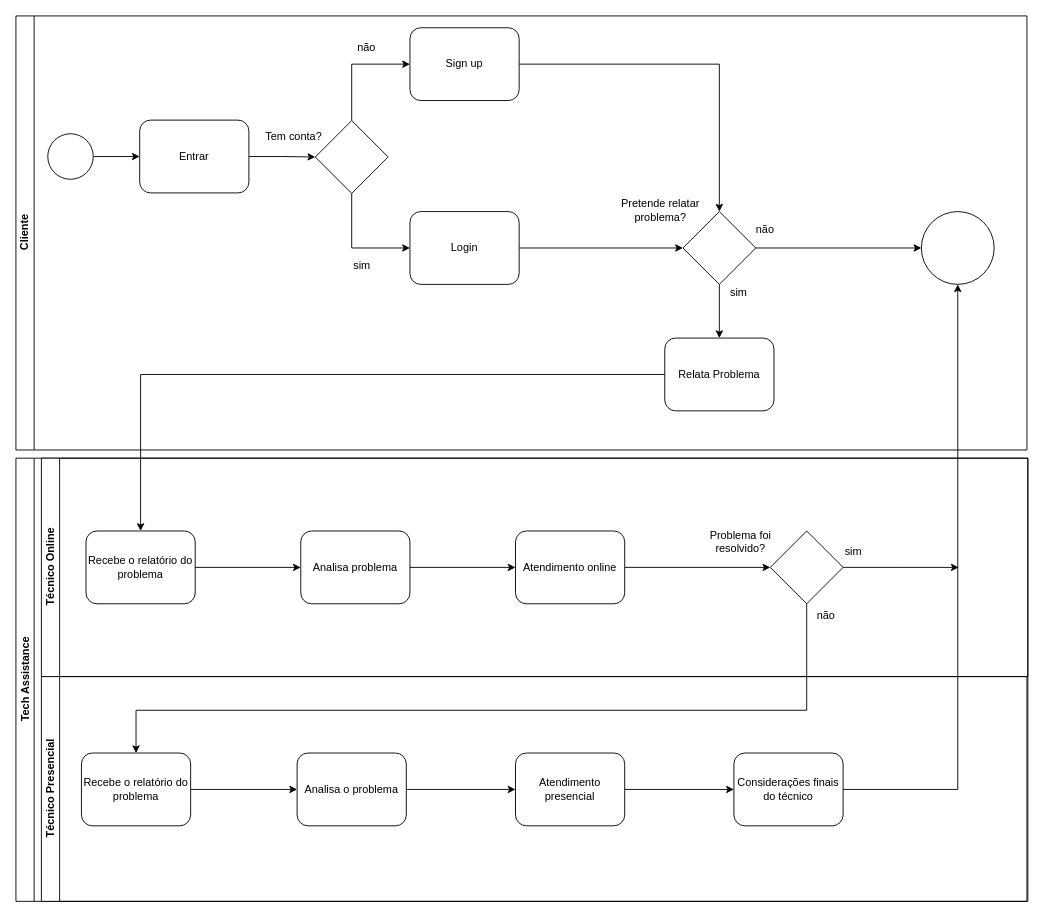
The draw.io diagram Project diagrams and requirements/Tech assistance.drawio in felipepmoreno/Tech-assistanceSoftware, before the edit. Source tidied: cells renumbered, new cells numbered last; positions are measured from the earlier drawing's top-left corner, leaving out a move shared by most shapes. Both pictures are drawn from the tidied source at 91%, with x=0, y=0 at pixel (15, 15).
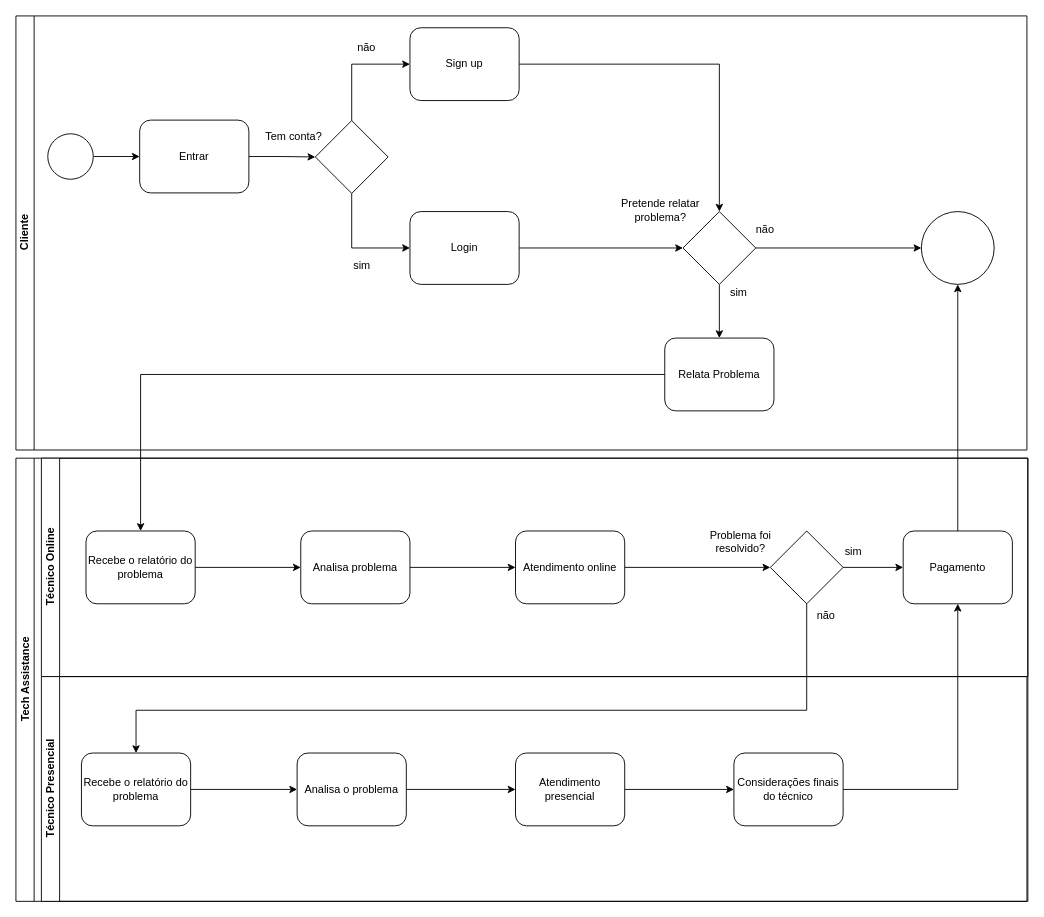
After the change.

Commit message:
Últimas considerações Tech assistance.drawio

Unchanged cells that the change refers to:
```xml
<mxCell id="21" style="ellipse;whiteSpace=wrap;html=1;" parent="2" vertex="1">
  <mxGeometry x="995" y="215" width="80" height="80" as="geometry" />
</mxCell>
<mxCell id="25" value="Tech Assistance" style="swimlane;html=1;horizontal=0;startSize=20;" parent="1" vertex="1">
  <mxGeometry y="486" width="1112" height="487" as="geometry" />
</mxCell>
<mxCell id="26" value="Técnico Online" style="swimlane;html=1;horizontal=0;startSize=20;" parent="25" vertex="1">
  <mxGeometry x="28" width="1084" height="240" as="geometry" />
</mxCell>
<mxCell id="33" style="rhombus;whiteSpace=wrap;html=1;" parent="26" vertex="1">
  <mxGeometry x="801" y="80" width="80" height="80" as="geometry" />
</mxCell>
<mxCell id="44" value="Considerações finais do técnico" style="shape=ext;rounded=1;html=1;whiteSpace=wrap;" parent="37" vertex="1">
  <mxGeometry x="761" y="84" width="120" height="80" as="geometry" />
</mxCell>
```

What changed in the source:
```diff
@@
+    <mxCell id="49" style="edgeStyle=orthogonalEdgeStyle;rounded=0;jettySize=auto;html=1;exitX=1;exitY=0.5;exitDx=0;exitDy=0;" parent="26" edge="1" source="33" target="50">
+      <mxGeometry relative="1" as="geometry" />
+    </mxCell>
@@
+    <mxCell id="50" value="Pagamento" style="shape=ext;rounded=1;html=1;whiteSpace=wrap;" parent="26" vertex="1">
+      <mxGeometry x="947" y="80" width="120" height="80" as="geometry" />
+    </mxCell>
@@
+    <mxCell id="51" style="edgeStyle=orthogonalEdgeStyle;rounded=0;jettySize=auto;html=1;exitX=1;exitY=0.5;exitDx=0;exitDy=0;" parent="25" edge="1" source="44" target="50">
+      <mxGeometry relative="1" as="geometry" />
+    </mxCell>
@@
-    <mxCell id="47" style="edgeStyle=orthogonalEdgeStyle;rounded=0;jettySize=auto;html=1;exitX=1;exitY=0.5;exitDx=0;exitDy=0;entryX=0.5;entryY=1;entryDx=0;entryDy=0;" parent="1" edge="1" source="44" target="21">
-      <mxGeometry relative="1" as="geometry" />
-    </mxCell>
-    <mxCell id="48" style="edgeStyle=orthogonalEdgeStyle;rounded=0;jettySize=auto;html=1;exitX=1;exitY=0.5;exitDx=0;exitDy=0;" parent="1" edge="1" source="33">
-      <mxGeometry relative="1" as="geometry">
-        <mxPoint x="1036" y="606" as="targetPoint" />
-      </mxGeometry>
-    </mxCell>
+    <mxCell id="52" style="edgeStyle=orthogonalEdgeStyle;rounded=0;jettySize=auto;html=1;exitX=0.5;exitY=0;exitDx=0;exitDy=0;entryX=0.5;entryY=1;entryDx=0;entryDy=0;" parent="1" edge="1" source="50" target="21">
+      <mxGeometry relative="1" as="geometry" />
+    </mxCell>
```
